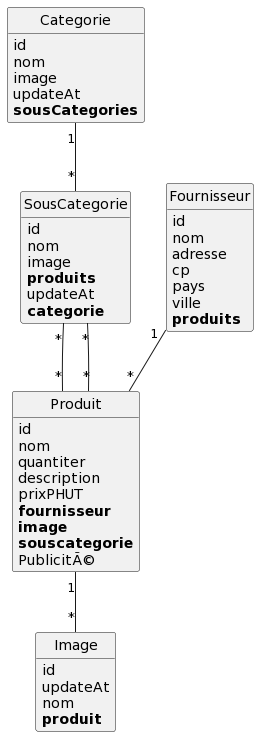
Above: ShopMaquette/puml/index.png in Gispsy/ShopMaquette (PlantUML), before the change.
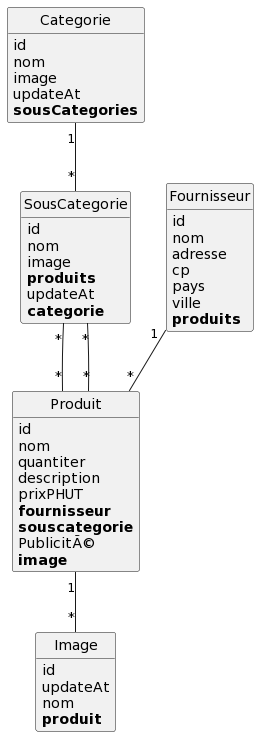
After the change.

Diff of the diagram source:
```diff
@@ -31,9 +31,9 @@
 	description
 	prixPHUT
 	**fournisseur**
-	**image**
 	**souscategorie**
 	PublicitÃ©
+	**image**
 }
 
 class SousCategorie {
@@ -47,8 +47,8 @@
 
 Categorie "1"--"*" SousCategorie
 Fournisseur "1"--"*" Produit
+Produit "*"--"*" SousCategorie
 Produit "1"--"*" Image
-Produit "*"--"*" SousCategorie
 SousCategorie "*"--"*" Produit
 
 
```
